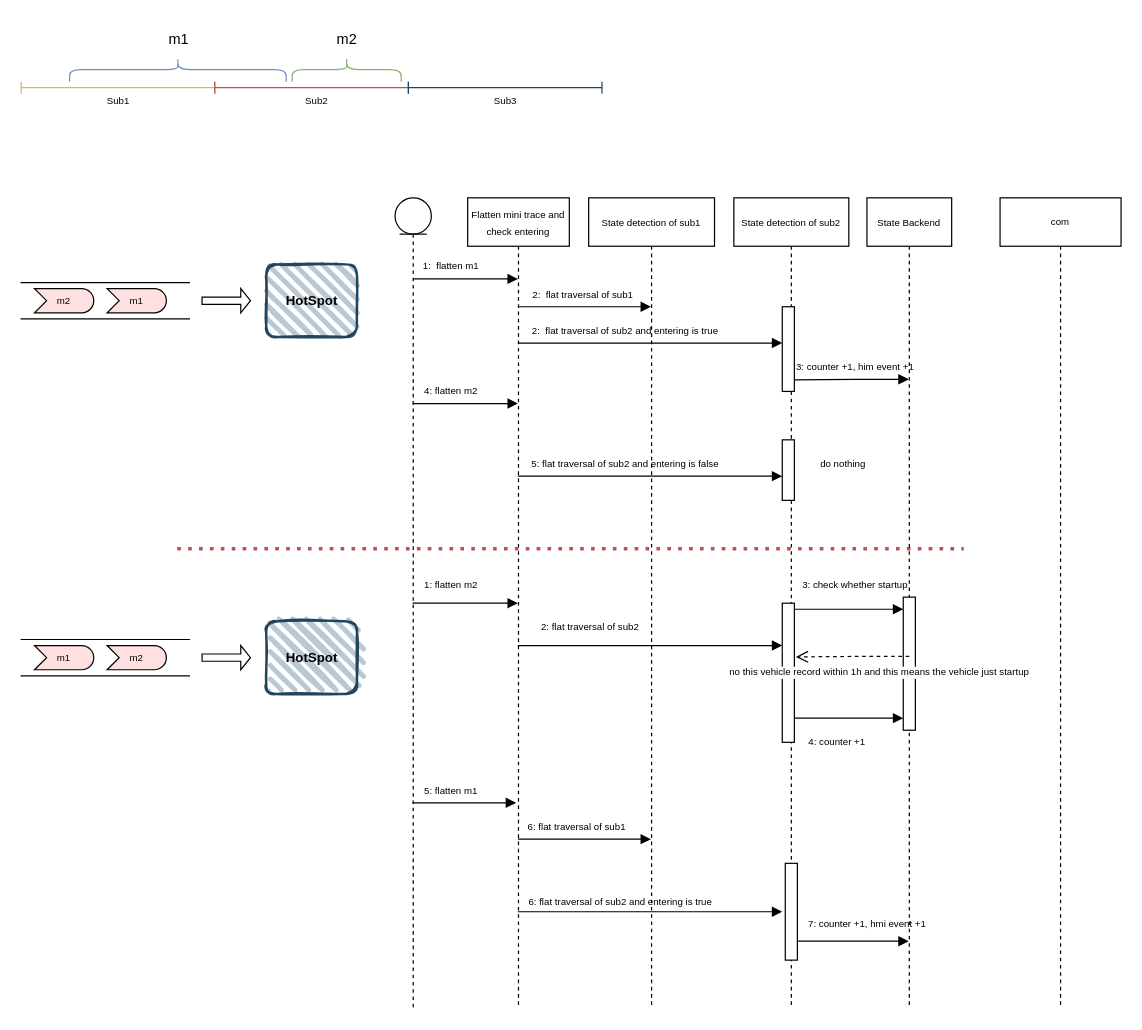
ponyFan/pony_note keeps this draw.io diagram as out-of-order.drawio. Above is the earlier version. Source tidied: cells renumbered, new cells numbered last; positions are measured from the earlier drawing's top-left corner, leaving out a move shared by most shapes. Both pictures are drawn from the tidied source at 121%, with x=0, y=0 at pixel (21, 21).
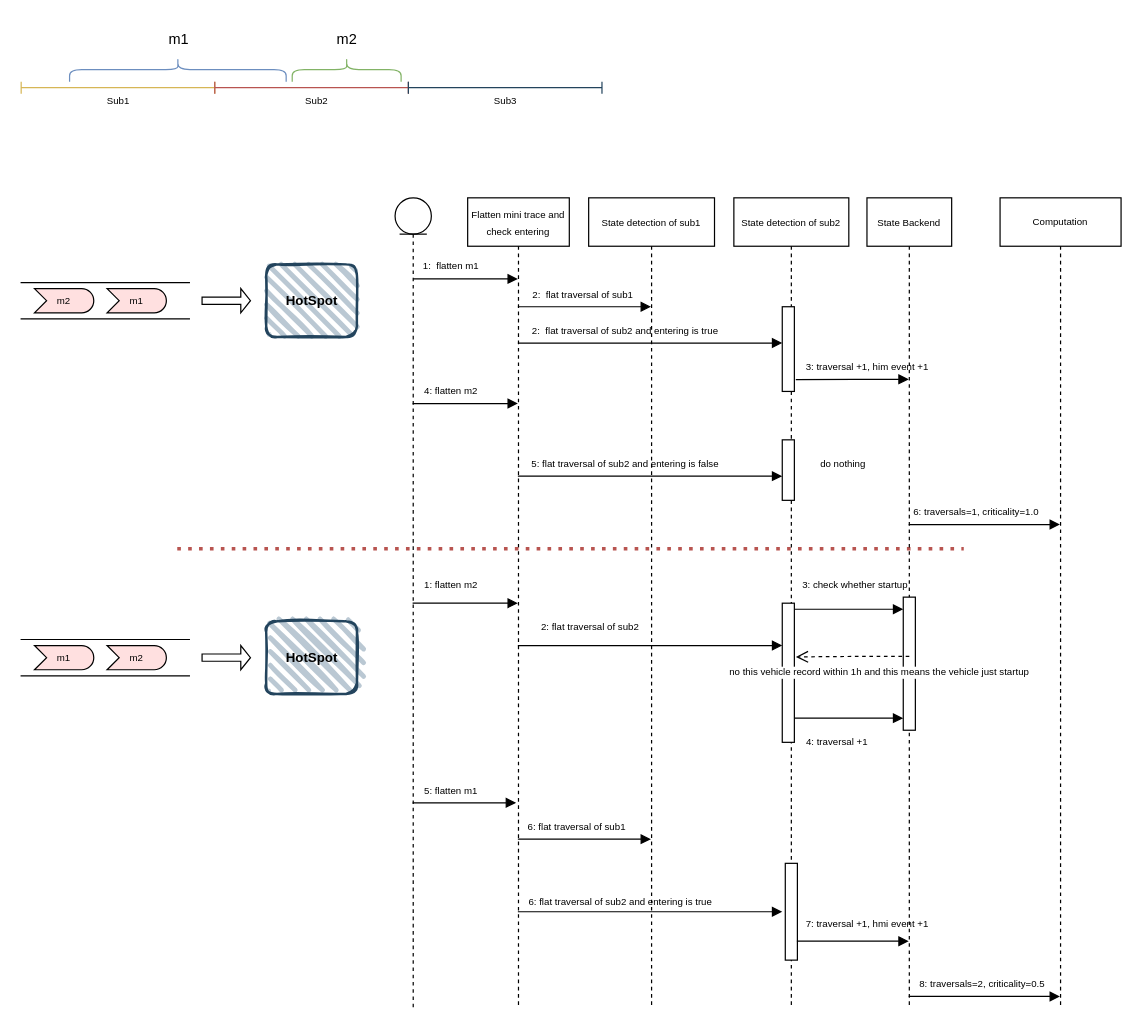
The same page after the edit.

The change refers to these unchanged cells:
```xml
<mxCell id="24" value="&lt;font style=&quot;font-size: 8px;&quot;&gt;State Backend&lt;/font&gt;" style="shape=umlLifeline;perimeter=lifelinePerimeter;whiteSpace=wrap;html=1;outlineConnect=0;fontSize=11;" parent="1" vertex="1">
  <mxGeometry x="699" y="146" width="70" height="670" as="geometry" />
</mxCell>
```

Change to the diagram source:
```diff
@@
-    <mxCell id="25" value="3: counter +1, him event +1" style="text;html=1;align=center;verticalAlign=middle;points=[];strokeColor=none;fillColor=none;fontSize=8;" parent="24" vertex="1">
-      <mxGeometry x="-70" y="130" width="120" height="20" as="geometry" />
-    </mxCell>
-    <mxCell id="26" style="html=1;verticalAlign=bottom;endArrow=block;rounded=0;fontSize=8;exitX=0.081;exitY=1.025;exitDx=0;exitDy=0;exitPerimeter=0;" parent="24" edge="1" source="25" target="24">
-      <mxGeometry relative="1" as="geometry">
-        <Array as="points">
-          <mxPoint x="-10" y="150" />
-        </Array>
-      </mxGeometry>
-    </mxCell>
@@
-    <mxCell id="30" value="7: counter +1, hmi event +1" style="text;html=1;align=center;verticalAlign=middle;strokeColor=none;fillColor=none;fontSize=8;" parent="24" vertex="1">
+    <mxCell id="30" value="7: traversal +1, hmi event +1" style="text;html=1;align=center;verticalAlign=middle;strokeColor=none;fillColor=none;fontSize=8;" parent="24" vertex="1">
       <mxGeometry x="-60" y="590" width="120" height="20" as="geometry" />
     </mxCell>
@@
-    <mxCell id="56" value="4: counter +1" style="text;html=1;align=center;verticalAlign=middle;strokeColor=none;fillColor=none;fontSize=8;" parent="1" vertex="1">
+    <mxCell id="56" value="4: traversal +1" style="text;html=1;align=center;verticalAlign=middle;strokeColor=none;fillColor=none;fontSize=8;" parent="1" vertex="1">
       <mxGeometry x="639" y="586" width="70" height="20" as="geometry" />
     </mxCell>
@@
-    <mxCell id="64" value="com" style="shape=umlLifeline;perimeter=lifelinePerimeter;whiteSpace=wrap;html=1;outlineConnect=0;fontSize=8;" parent="1" vertex="1">
+    <mxCell id="64" value="Computation" style="shape=umlLifeline;perimeter=lifelinePerimeter;whiteSpace=wrap;html=1;outlineConnect=0;fontSize=8;" parent="1" vertex="1">
       <mxGeometry x="809" y="146" width="100" height="670" as="geometry" />
     </mxCell>
+    <mxCell id="65" value="8: traversals=2, criticality=0.5" style="text;html=1;align=center;verticalAlign=middle;strokeColor=none;fillColor=none;fontSize=8;" parent="64" vertex="1">
+      <mxGeometry x="-80" y="640" width="130" height="20" as="geometry" />
+    </mxCell>
+    <mxCell id="66" style="html=1;verticalAlign=bottom;endArrow=block;rounded=0;strokeWidth=1;fontSize=8;" parent="1" edge="1" source="24" target="64">
+      <mxGeometry relative="1" as="geometry">
+        <Array as="points">
+          <mxPoint x="809" y="416" />
+        </Array>
+      </mxGeometry>
+    </mxCell>
+    <mxCell id="67" value="6: traversals=1, criticality=1.0" style="text;html=1;align=center;verticalAlign=middle;strokeColor=none;fillColor=none;fontSize=8;" parent="1" vertex="1">
+      <mxGeometry x="724" y="396" width="130" height="20" as="geometry" />
+    </mxCell>
+    <mxCell id="25" value="3: traversal +1, him event +1" style="text;html=1;align=center;verticalAlign=middle;points=[];strokeColor=none;fillColor=none;fontSize=8;" parent="1" vertex="1">
+      <mxGeometry x="639" y="276" width="120" height="20" as="geometry" />
+    </mxCell>
+    <mxCell id="26" style="html=1;verticalAlign=bottom;endArrow=block;rounded=0;fontSize=8;exitX=0.01;exitY=1.008;exitDx=0;exitDy=0;exitPerimeter=0;" parent="1" edge="1" source="25" target="24">
+      <mxGeometry relative="1" as="geometry">
+        <Array as="points">
+          <mxPoint x="689" y="296" />
+        </Array>
+      </mxGeometry>
+    </mxCell>
+    <mxCell id="68" style="html=1;verticalAlign=bottom;endArrow=block;rounded=0;strokeWidth=1;fontSize=8;" parent="1" edge="1" source="24" target="64">
+      <mxGeometry relative="1" as="geometry">
+        <Array as="points">
+          <mxPoint x="829" y="806" />
+        </Array>
+      </mxGeometry>
+    </mxCell>
```
